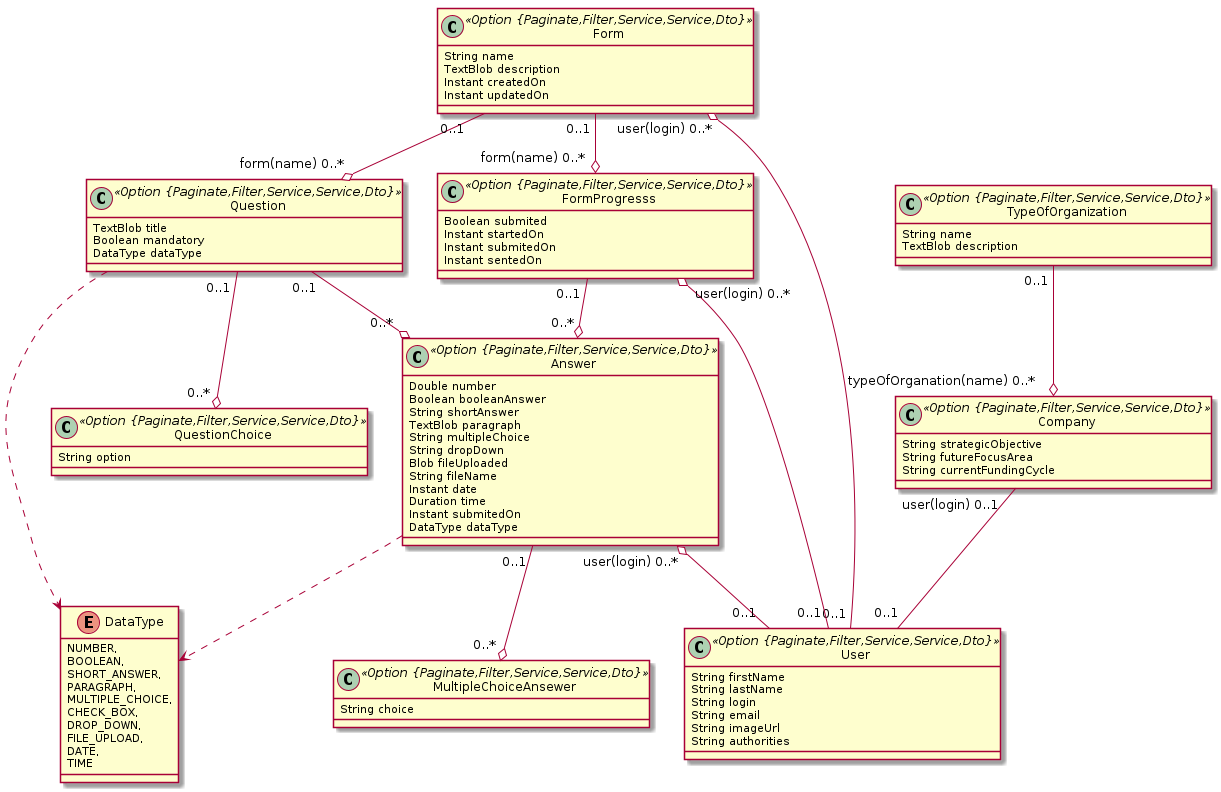
The PlantUML diagram schema.png in hailemaryam/jcc-servey-form, before a commit.
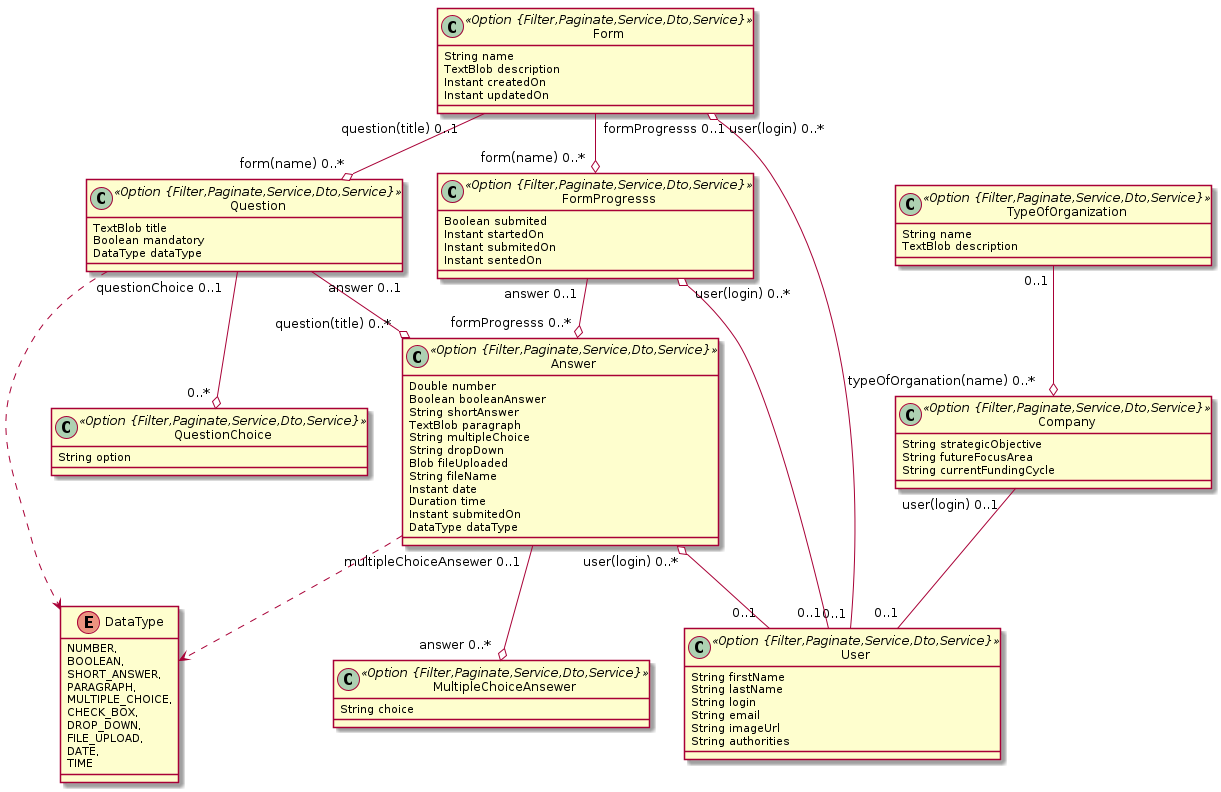
Above is the later version.

Commit message:
company name field added

The edit, as a diff of the source:
```diff
@@ -12,28 +12,28 @@
 		DATE,
 		TIME
 	}
-	class Form <<Option {Paginate,Filter,Service,Service,Dto}>> {
+	class Form <<Option {Filter,Paginate,Service,Dto,Service}>> {
 		String name
 		TextBlob description
 		Instant createdOn
 		Instant updatedOn
 	}
-	class Question <<Option {Paginate,Filter,Service,Service,Dto}>> {
+	class Question <<Option {Filter,Paginate,Service,Dto,Service}>> {
 		TextBlob title
 		Boolean mandatory
 		DataType dataType
 	}
 	Question ..> DataType
-	class QuestionChoice <<Option {Paginate,Filter,Service,Service,Dto}>> {
+	class QuestionChoice <<Option {Filter,Paginate,Service,Dto,Service}>> {
 		String option
 	}
-	class FormProgresss <<Option {Paginate,Filter,Service,Service,Dto}>> {
+	class FormProgresss <<Option {Filter,Paginate,Service,Dto,Service}>> {
 		Boolean submited
 		Instant startedOn
 		Instant submitedOn
 		Instant sentedOn
 	}
-	class Answer <<Option {Paginate,Filter,Service,Service,Dto}>> {
+	class Answer <<Option {Filter,Paginate,Service,Dto,Service}>> {
 		Double number
 		Boolean booleanAnswer
 		String shortAnswer
@@ -48,30 +48,30 @@
 		DataType dataType
 	}
 	Answer ..> DataType
-	class MultipleChoiceAnsewer <<Option {Paginate,Filter,Service,Service,Dto}>> {
+	class MultipleChoiceAnsewer <<Option {Filter,Paginate,Service,Dto,Service}>> {
 		String choice
 	}
-	class TypeOfOrganization <<Option {Paginate,Filter,Service,Service,Dto}>> {
+	class TypeOfOrganization <<Option {Filter,Paginate,Service,Dto,Service}>> {
 		String name
 		TextBlob description
 	}
-	class Company <<Option {Paginate,Filter,Service,Service,Dto}>> {
+	class Company <<Option {Filter,Paginate,Service,Dto,Service}>> {
 		String strategicObjective
 		String futureFocusArea
 		String currentFundingCycle
 	}
-	Form  "0..1 " --o "form(name) 0..* "  FormProgresss
-	Form  "0..1 " --o "form(name) 0..* "  Question
-	Question  "0..1 " --o "0..* "  QuestionChoice
-	Question  "0..1 " --o "0..* "  Answer
-	FormProgresss  "0..1 " --o "0..* "  Answer
-	Answer  "0..1 " --o "0..* "  MultipleChoiceAnsewer
+	Form  "formProgresss 0..1 " --o "form(name) 0..* "  FormProgresss
+	Form  "question(title) 0..1 " --o "form(name) 0..* "  Question
+	Question  "questionChoice 0..1 " --o "0..* "  QuestionChoice
+	Question  "answer 0..1 " --o "question(title) 0..* "  Answer
+	FormProgresss  "answer 0..1 " --o "formProgresss 0..* "  Answer
+	Answer  "multipleChoiceAnsewer 0..1 " --o "answer 0..* "  MultipleChoiceAnsewer
 	TypeOfOrganization  "0..1 " --o "typeOfOrganation(name) 0..* "  Company
 	Answer  "user(login) 0..* " o-- "0..1 "  User
 	Form  "user(login) 0..* " o-- "0..1 "  User
 	FormProgresss  "user(login) 0..* " o-- "0..1 "  User
 	Company  "user(login) 0..1 " -- "0..1 "  User
-	class User <<Option {Paginate,Filter,Service,Service,Dto}>> {
+	class User <<Option {Filter,Paginate,Service,Dto,Service}>> {
 		String firstName
 		String lastName
 		String login
```
